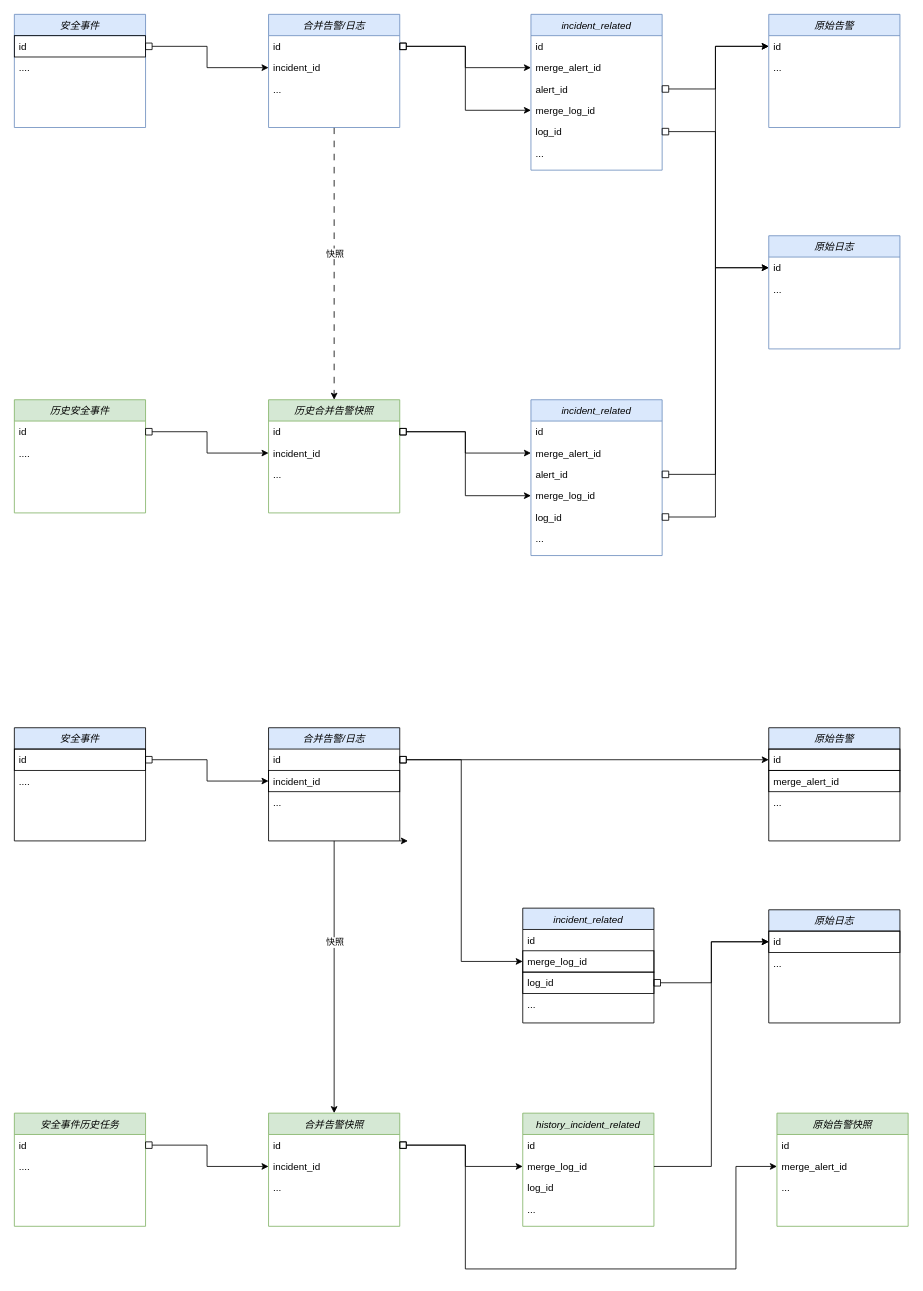
popvlovs/popvlovs-repository keeps this draw.io diagram as data_structure_1.drawio. Above is the earlier version. Source tidied: cells renumbered, new cells numbered last; positions are measured from the earlier drawing's top-left corner, leaving out a move shared by most shapes. Both pictures are drawn from the tidied source at 82%, with x=0, y=0 at pixel (14, 14).
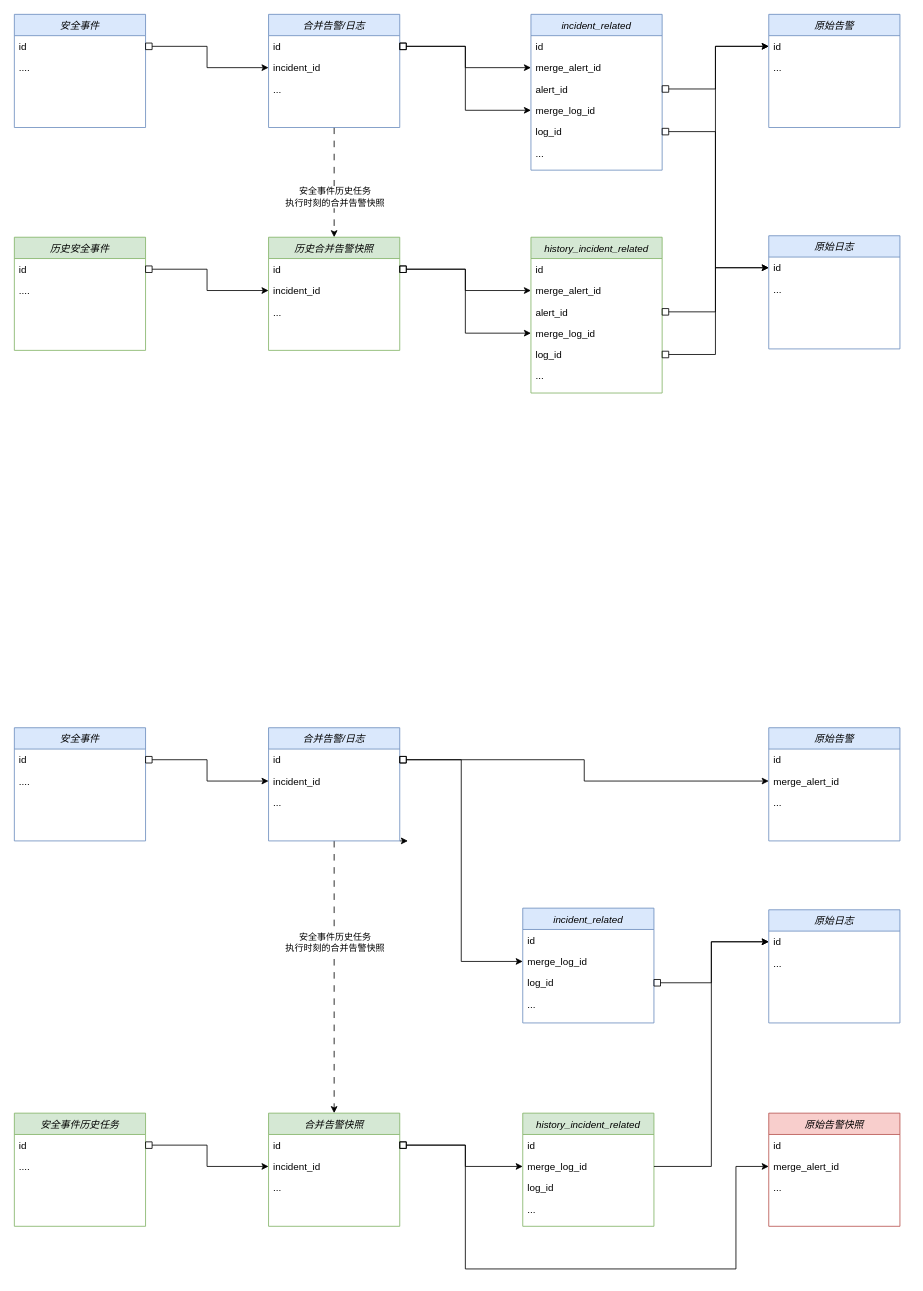
After the change.

Unchanged cells that the change refers to:
```xml
<mxCell id="2" value="安全事件" style="swimlane;fontStyle=2;align=center;verticalAlign=top;horizontal=1;startSize=26;rounded=0;shadow=0;strokeWidth=1;fillColor=#dae8fc;strokeColor=#6c8ebf;" parent="1" vertex="1">
  <mxGeometry width="160" height="138" as="geometry" />
</mxCell>
<mxCell id="5" style="edgeStyle=orthogonalEdgeStyle;rounded=0;jettySize=auto;html=1;entryX=0.5;entryY=0;entryDx=0;entryDy=0;dashed=1;dashPattern=8 8;" parent="1" edge="1" source="7" target="15">
  <mxGeometry relative="1" as="geometry" />
</mxCell>
<mxCell id="45" value="id" style="text;align=left;verticalAlign=top;spacingLeft=4;spacingRight=4;overflow=hidden;points=[[0,0.5],[1,0.5]];portConstraint=eastwest;" parent="44" vertex="1">
  <mxGeometry y="26" width="160" height="26" as="geometry" />
</mxCell>
<mxCell id="67" value="合并告警快照" style="swimlane;fontStyle=2;align=center;verticalAlign=top;horizontal=1;startSize=26;rounded=0;shadow=0;strokeWidth=1;fillColor=#d5e8d4;strokeColor=#82b366;" parent="1" vertex="1">
  <mxGeometry x="310" y="1340" width="160" height="138" as="geometry" />
</mxCell>
```

The edit, as a diff of the source:
```diff
@@
-    <mxCell id="3" value="id" style="text;align=left;verticalAlign=top;spacingLeft=4;spacingRight=4;overflow=hidden;points=[[0,0.5],[1,0.5]];portConstraint=eastwest;strokeColor=default;" parent="2" vertex="1">
+    <mxCell id="3" value="id" style="text;align=left;verticalAlign=top;spacingLeft=4;spacingRight=4;overflow=hidden;points=[[0,0.5],[1,0.5]];portConstraint=eastwest;strokeColor=none;" parent="2" vertex="1">
       <mxGeometry y="26" width="160" height="26" as="geometry" />
     </mxCell>
@@
-    <mxCell id="6" value="快照" style="edgeLabel;html=1;align=center;verticalAlign=middle;" parent="5" vertex="1">
+    <mxCell id="6" value="安全事件历史任务&lt;br&gt;执行时刻的合并告警快照" style="edgeLabel;html=1;align=center;verticalAlign=middle;" parent="5" vertex="1">
       <mxGeometry x="-0.31" relative="1" as="geometry">
         <mxPoint y="38" as="offset" />
       </mxGeometry>
     </mxCell>
@@
     <mxCell id="12" value="历史安全事件" style="swimlane;fontStyle=2;align=center;verticalAlign=top;horizontal=1;startSize=26;rounded=0;shadow=0;strokeWidth=1;fillColor=#d5e8d4;strokeColor=#82b366;" parent="1" vertex="1">
-      <mxGeometry y="470" width="160" height="138" as="geometry" />
+      <mxGeometry y="271.8" width="160" height="138" as="geometry" />
     </mxCell>
@@
     <mxCell id="15" value="历史合并告警快照" style="swimlane;fontStyle=2;align=center;verticalAlign=top;horizontal=1;startSize=26;rounded=0;shadow=0;strokeWidth=1;fillColor=#d5e8d4;strokeColor=#82b366;" parent="1" vertex="1">
-      <mxGeometry x="310" y="470" width="160" height="138" as="geometry" />
+      <mxGeometry x="310" y="271.8" width="160" height="138" as="geometry" />
     </mxCell>
@@
-    <mxCell id="38" value="安全事件" style="swimlane;fontStyle=2;align=center;verticalAlign=top;horizontal=1;startSize=26;rounded=0;shadow=0;strokeWidth=1;fillColor=#dae8fc;strokeColor=#000000;" parent="1" vertex="1">
+    <mxCell id="38" value="安全事件" style="swimlane;fontStyle=2;align=center;verticalAlign=top;horizontal=1;startSize=26;rounded=0;shadow=0;strokeWidth=1;fillColor=#dae8fc;strokeColor=#6c8ebf;" parent="1" vertex="1">
       <mxGeometry y="870" width="160" height="138" as="geometry" />
     </mxCell>
-    <mxCell id="39" value="id" style="text;align=left;verticalAlign=top;spacingLeft=4;spacingRight=4;overflow=hidden;points=[[0,0.5],[1,0.5]];portConstraint=eastwest;strokeColor=default;" parent="38" vertex="1">
+    <mxCell id="39" value="id" style="text;align=left;verticalAlign=top;spacingLeft=4;spacingRight=4;overflow=hidden;points=[[0,0.5],[1,0.5]];portConstraint=eastwest;strokeColor=none;" parent="38" vertex="1">
       <mxGeometry y="26" width="160" height="26" as="geometry" />
     </mxCell>
@@
-    <mxCell id="42" style="edgeStyle=orthogonalEdgeStyle;rounded=0;jettySize=auto;html=1;" parent="1" edge="1" source="44" target="67">
+    <mxCell id="42" style="edgeStyle=orthogonalEdgeStyle;rounded=0;jettySize=auto;html=1;dashed=1;dashPattern=8 8;" parent="1" edge="1" source="44" target="67">
       <mxGeometry relative="1" as="geometry" />
     </mxCell>
-    <mxCell id="43" value="快照" style="edgeLabel;html=1;align=center;verticalAlign=middle;" parent="42" vertex="1">
+    <mxCell id="43" value="安全事件历史任务&lt;br style=&quot;border-color: var(--border-color);&quot;&gt;执行时刻的合并告警快照" style="edgeLabel;html=1;align=center;verticalAlign=middle;" parent="42" vertex="1">
       <mxGeometry x="-0.23" y="-4" relative="1" as="geometry">
         <mxPoint x="4" y="-5" as="offset" />
       </mxGeometry>
     </mxCell>
-    <mxCell id="44" value="合并告警/日志" style="swimlane;fontStyle=2;align=center;verticalAlign=top;horizontal=1;startSize=26;rounded=0;shadow=0;strokeWidth=1;fillColor=#dae8fc;strokeColor=#000000;" parent="1" vertex="1">
+    <mxCell id="44" value="合并告警/日志" style="swimlane;fontStyle=2;align=center;verticalAlign=top;horizontal=1;startSize=26;rounded=0;shadow=0;strokeWidth=1;fillColor=#dae8fc;strokeColor=#6c8ebf;" parent="1" vertex="1">
       <mxGeometry x="310" y="870" width="160" height="138" as="geometry" />
     </mxCell>
@@
-    <mxCell id="46" value="incident_id" style="text;align=left;verticalAlign=top;spacingLeft=4;spacingRight=4;overflow=hidden;points=[[0,0.5],[1,0.5]];portConstraint=eastwest;rounded=0;shadow=0;html=0;strokeColor=default;" parent="44" vertex="1">
+    <mxCell id="46" value="incident_id" style="text;align=left;verticalAlign=top;spacingLeft=4;spacingRight=4;overflow=hidden;points=[[0,0.5],[1,0.5]];portConstraint=eastwest;rounded=0;shadow=0;html=0;strokeColor=none;" parent="44" vertex="1">
       <mxGeometry y="52" width="160" height="26" as="geometry" />
     </mxCell>
@@
-    <mxCell id="49" value="incident_related" style="swimlane;fontStyle=2;align=center;verticalAlign=top;horizontal=1;startSize=26;rounded=0;shadow=0;strokeWidth=1;fillColor=#dae8fc;strokeColor=#000000;" parent="1" vertex="1">
+    <mxCell id="49" value="incident_related" style="swimlane;fontStyle=2;align=center;verticalAlign=top;horizontal=1;startSize=26;rounded=0;shadow=0;strokeWidth=1;fillColor=#dae8fc;strokeColor=#6c8ebf;" parent="1" vertex="1">
       <mxGeometry x="620" y="1090" width="160" height="140" as="geometry" />
     </mxCell>
@@
-    <mxCell id="51" value="merge_log_id" style="text;align=left;verticalAlign=top;spacingLeft=4;spacingRight=4;overflow=hidden;points=[[0,0.5],[1,0.5]];portConstraint=eastwest;rounded=0;shadow=0;html=0;strokeColor=default;" parent="49" vertex="1">
+    <mxCell id="51" value="merge_log_id" style="text;align=left;verticalAlign=top;spacingLeft=4;spacingRight=4;overflow=hidden;points=[[0,0.5],[1,0.5]];portConstraint=eastwest;rounded=0;shadow=0;html=0;strokeColor=none;" parent="49" vertex="1">
       <mxGeometry y="52" width="160" height="26" as="geometry" />
     </mxCell>
-    <mxCell id="52" value="log_id" style="text;align=left;verticalAlign=top;spacingLeft=4;spacingRight=4;overflow=hidden;points=[[0,0.5],[1,0.5]];portConstraint=eastwest;rounded=0;shadow=0;html=0;strokeColor=default;" parent="49" vertex="1">
+    <mxCell id="52" value="log_id" style="text;align=left;verticalAlign=top;spacingLeft=4;spacingRight=4;overflow=hidden;points=[[0,0.5],[1,0.5]];portConstraint=eastwest;rounded=0;shadow=0;html=0;strokeColor=none;" parent="49" vertex="1">
       <mxGeometry y="78" width="160" height="26" as="geometry" />
     </mxCell>
@@
-    <mxCell id="54" value="原始告警" style="swimlane;fontStyle=2;align=center;verticalAlign=top;horizontal=1;startSize=26;rounded=0;shadow=0;strokeWidth=1;fillColor=#dae8fc;strokeColor=#000000;" parent="1" vertex="1">
+    <mxCell id="54" value="原始告警" style="swimlane;fontStyle=2;align=center;verticalAlign=top;horizontal=1;startSize=26;rounded=0;shadow=0;strokeWidth=1;fillColor=#dae8fc;strokeColor=#6c8ebf;" parent="1" vertex="1">
       <mxGeometry x="920" y="870" width="160" height="138" as="geometry" />
     </mxCell>
-    <mxCell id="55" value="id" style="text;align=left;verticalAlign=top;spacingLeft=4;spacingRight=4;overflow=hidden;points=[[0,0.5],[1,0.5]];portConstraint=eastwest;strokeColor=default;" parent="54" vertex="1">
+    <mxCell id="55" value="id" style="text;align=left;verticalAlign=top;spacingLeft=4;spacingRight=4;overflow=hidden;points=[[0,0.5],[1,0.5]];portConstraint=eastwest;strokeColor=none;" parent="54" vertex="1">
       <mxGeometry y="26" width="160" height="26" as="geometry" />
     </mxCell>
-    <mxCell id="56" value="merge_alert_id" style="text;align=left;verticalAlign=top;spacingLeft=4;spacingRight=4;overflow=hidden;points=[[0,0.5],[1,0.5]];portConstraint=eastwest;rounded=0;shadow=0;html=0;strokeColor=default;" parent="54" vertex="1">
+    <mxCell id="56" value="merge_alert_id" style="text;align=left;verticalAlign=top;spacingLeft=4;spacingRight=4;overflow=hidden;points=[[0,0.5],[1,0.5]];portConstraint=eastwest;rounded=0;shadow=0;html=0;strokeColor=none;" parent="54" vertex="1">
       <mxGeometry y="52" width="160" height="26" as="geometry" />
     </mxCell>
@@
-    <mxCell id="58" value="原始日志" style="swimlane;fontStyle=2;align=center;verticalAlign=top;horizontal=1;startSize=26;rounded=0;shadow=0;strokeWidth=1;fillColor=#dae8fc;strokeColor=#000000;" parent="1" vertex="1">
+    <mxCell id="58" value="原始日志" style="swimlane;fontStyle=2;align=center;verticalAlign=top;horizontal=1;startSize=26;rounded=0;shadow=0;strokeWidth=1;fillColor=#dae8fc;strokeColor=#6c8ebf;" parent="1" vertex="1">
       <mxGeometry x="920" y="1092" width="160" height="138" as="geometry" />
     </mxCell>
-    <mxCell id="59" value="id" style="text;align=left;verticalAlign=top;spacingLeft=4;spacingRight=4;overflow=hidden;points=[[0,0.5],[1,0.5]];portConstraint=eastwest;strokeColor=default;" parent="58" vertex="1">
+    <mxCell id="59" value="id" style="text;align=left;verticalAlign=top;spacingLeft=4;spacingRight=4;overflow=hidden;points=[[0,0.5],[1,0.5]];portConstraint=eastwest;strokeColor=none;" parent="58" vertex="1">
       <mxGeometry y="26" width="160" height="26" as="geometry" />
     </mxCell>
@@
-    <mxCell id="61" style="edgeStyle=orthogonalEdgeStyle;rounded=0;jettySize=auto;html=1;startArrow=box;startFill=0;exitX=1;exitY=0.5;exitDx=0;exitDy=0;" parent="1" edge="1" source="45" target="55">
+    <mxCell id="61" style="edgeStyle=orthogonalEdgeStyle;rounded=0;jettySize=auto;html=1;startArrow=box;startFill=0;exitX=1;exitY=0.5;exitDx=0;exitDy=0;entryX=0;entryY=0.5;entryDx=0;entryDy=0;" parent="1" edge="1" source="45" target="56">
       <mxGeometry relative="1" as="geometry" />
     </mxCell>
@@
-    <mxCell id="79" value="incident_related" style="swimlane;fontStyle=2;align=center;verticalAlign=top;horizontal=1;startSize=26;rounded=0;shadow=0;strokeWidth=1;fillColor=#dae8fc;strokeColor=#6c8ebf;" parent="1" vertex="1">
-      <mxGeometry x="630" y="470" width="160" height="190" as="geometry" />
+    <mxCell id="79" value="history_incident_related" style="swimlane;fontStyle=2;align=center;verticalAlign=top;horizontal=1;startSize=26;rounded=0;shadow=0;strokeWidth=1;fillColor=#d5e8d4;strokeColor=#82b366;" parent="1" vertex="1">
+      <mxGeometry x="630" y="271.8" width="160" height="190" as="geometry" />
     </mxCell>
@@
-    <mxCell id="89" value="原始告警快照" style="swimlane;fontStyle=2;align=center;verticalAlign=top;horizontal=1;startSize=26;rounded=0;shadow=0;strokeWidth=1;fillColor=#d5e8d4;strokeColor=#82b366;" parent="1" vertex="1">
-      <mxGeometry x="930" y="1340" width="160" height="138" as="geometry" />
+    <mxCell id="89" value="原始告警快照" style="swimlane;fontStyle=2;align=center;verticalAlign=top;horizontal=1;startSize=26;rounded=0;shadow=0;strokeWidth=1;fillColor=#f8cecc;strokeColor=#b85450;" parent="1" vertex="1">
+      <mxGeometry x="920" y="1340" width="160" height="138" as="geometry" />
     </mxCell>
```
